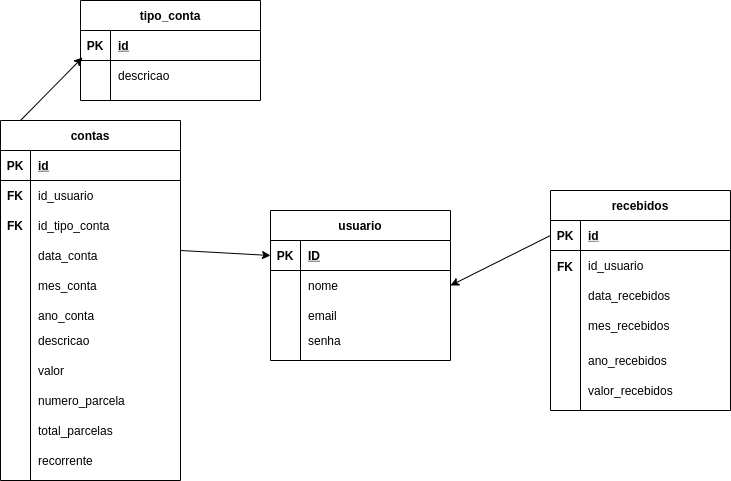
This is database/database.drawio.png from filipemot/sistema_controle_gastos_mensais, a draw.io export, as it was before one commit. Source tidied: cells renumbered, new cells last; positions are measured from the earlier drawing's top-left corner, leaving out a move shared by most shapes. Its diagram source:
```xml
<mxGraphModel>
  <root>
    <mxCell id="0" />
    <mxCell id="1" parent="0" />
    <mxCell id="2" value="usuario" style="shape=table;startSize=30;rowLines=0;fontStyle=1;align=center;" parent="1" vertex="1">
      <mxGeometry x="270" y="210" width="180" height="150" as="geometry" />
    </mxCell>
    <mxCell id="3" style="shape=partialRectangle;fillColor=none;top=0;left=0;bottom=1;right=0;points=[[0,0.5],[1,0.5]];portConstraint=eastwest;" parent="2" vertex="1">
      <mxGeometry y="30" width="180" height="30" as="geometry" />
    </mxCell>
    <mxCell id="4" value="PK" style="shape=partialRectangle;fillColor=none;top=0;left=0;bottom=0;right=0;fontStyle=1;overflow=hidden;" parent="3" vertex="1">
      <mxGeometry width="30" height="30" as="geometry" />
    </mxCell>
    <mxCell id="5" value="ID" style="shape=partialRectangle;fillColor=none;top=0;left=0;bottom=0;right=0;align=left;spacingLeft=6;fontStyle=5;overflow=hidden;" parent="3" vertex="1">
      <mxGeometry x="30" width="150" height="30" as="geometry" />
    </mxCell>
    <mxCell id="6" style="shape=partialRectangle;fillColor=none;top=0;left=0;bottom=0;right=0;points=[[0,0.5],[1,0.5]];portConstraint=eastwest;" parent="2" vertex="1">
      <mxGeometry y="60" width="180" height="30" as="geometry" />
    </mxCell>
    <mxCell id="7" style="shape=partialRectangle;fillColor=none;top=0;left=0;bottom=0;right=0;overflow=hidden;" parent="6" vertex="1">
      <mxGeometry width="30" height="30" as="geometry" />
    </mxCell>
    <mxCell id="8" value="nome" style="shape=partialRectangle;fillColor=none;top=0;left=0;bottom=0;right=0;align=left;spacingLeft=6;overflow=hidden;" parent="6" vertex="1">
      <mxGeometry x="30" width="150" height="30" as="geometry" />
    </mxCell>
    <mxCell id="9" style="shape=partialRectangle;fillColor=none;top=0;left=0;bottom=0;right=0;" parent="2" vertex="1">
      <mxGeometry y="90" width="180" height="30" as="geometry" />
    </mxCell>
    <mxCell id="10" style="shape=partialRectangle;fillColor=none;top=0;left=0;bottom=0;right=0;overflow=hidden;" parent="9" vertex="1">
      <mxGeometry width="30" height="30" as="geometry" />
    </mxCell>
    <mxCell id="11" value="email" style="shape=partialRectangle;fillColor=none;top=0;left=0;bottom=0;right=0;align=left;spacingLeft=6;overflow=hidden;" parent="9" vertex="1">
      <mxGeometry x="30" width="150" height="30" as="geometry" />
    </mxCell>
    <mxCell id="12" value="contas" style="shape=table;startSize=30;rowLines=0;fontStyle=1;align=center;" parent="1" vertex="1">
      <mxGeometry y="120" width="180" height="360" as="geometry" />
    </mxCell>
    <mxCell id="13" style="shape=partialRectangle;fillColor=none;top=0;left=0;bottom=1;right=0;" parent="12" vertex="1">
      <mxGeometry y="30" width="180" height="30" as="geometry" />
    </mxCell>
    <mxCell id="14" value="PK" style="shape=partialRectangle;fillColor=none;top=0;left=0;bottom=0;right=0;fontStyle=1;overflow=hidden;" parent="13" vertex="1">
      <mxGeometry width="30" height="30" as="geometry" />
    </mxCell>
    <mxCell id="15" value="id" style="shape=partialRectangle;fillColor=none;top=0;left=0;bottom=0;right=0;align=left;spacingLeft=6;fontStyle=5;overflow=hidden;" parent="13" vertex="1">
      <mxGeometry x="30" width="150" height="30" as="geometry" />
    </mxCell>
    <mxCell id="16" style="shape=partialRectangle;fillColor=none;top=0;left=0;bottom=0;right=0;" parent="12" vertex="1">
      <mxGeometry y="60" width="180" height="30" as="geometry" />
    </mxCell>
    <mxCell id="17" style="shape=partialRectangle;fillColor=none;top=0;left=0;bottom=0;right=0;overflow=hidden;" parent="16" vertex="1">
      <mxGeometry width="30" height="30" as="geometry" />
    </mxCell>
    <mxCell id="18" value="id_usuario" style="shape=partialRectangle;fillColor=none;top=0;left=0;bottom=0;right=0;align=left;spacingLeft=6;overflow=hidden;" parent="16" vertex="1">
      <mxGeometry x="30" width="150" height="30" as="geometry" />
    </mxCell>
    <mxCell id="19" style="shape=partialRectangle;fillColor=none;top=0;left=0;bottom=0;right=0;" parent="12" vertex="1">
      <mxGeometry y="90" width="180" height="30" as="geometry" />
    </mxCell>
    <mxCell id="20" style="shape=partialRectangle;fillColor=none;top=0;left=0;bottom=0;right=0;overflow=hidden;" parent="19" vertex="1">
      <mxGeometry width="30" height="30" as="geometry" />
    </mxCell>
    <mxCell id="21" value="id_tipo_conta" style="shape=partialRectangle;fillColor=none;top=0;left=0;bottom=0;right=0;align=left;spacingLeft=6;overflow=hidden;" parent="19" vertex="1">
      <mxGeometry x="30" width="150" height="30" as="geometry" />
    </mxCell>
    <mxCell id="22" style="shape=partialRectangle;fillColor=none;top=0;left=0;bottom=0;right=0;" parent="12" vertex="1">
      <mxGeometry y="120" width="180" height="30" as="geometry" />
    </mxCell>
    <mxCell id="23" style="shape=partialRectangle;fillColor=none;top=0;left=0;bottom=0;right=0;overflow=hidden;" parent="22" vertex="1">
      <mxGeometry width="30" height="30" as="geometry" />
    </mxCell>
    <mxCell id="24" style="shape=partialRectangle;fillColor=none;top=0;left=0;bottom=0;right=0;align=left;spacingLeft=6;overflow=hidden;" parent="22" vertex="1">
      <mxGeometry x="30" width="150" height="30" as="geometry" />
    </mxCell>
    <mxCell id="25" value="tipo_conta" style="shape=table;startSize=30;rowLines=0;fontStyle=1;align=center;" parent="1" vertex="1">
      <mxGeometry x="80" width="180" height="100" as="geometry" />
    </mxCell>
    <mxCell id="26" style="shape=partialRectangle;fillColor=none;top=0;left=0;bottom=1;right=0;" parent="25" vertex="1">
      <mxGeometry y="30" width="180" height="30" as="geometry" />
    </mxCell>
    <mxCell id="27" value="PK" style="shape=partialRectangle;fillColor=none;top=0;left=0;bottom=0;right=0;fontStyle=1;overflow=hidden;" parent="26" vertex="1">
      <mxGeometry width="30" height="30" as="geometry" />
    </mxCell>
    <mxCell id="28" value="id" style="shape=partialRectangle;fillColor=none;top=0;left=0;bottom=0;right=0;align=left;spacingLeft=6;fontStyle=5;overflow=hidden;" parent="26" vertex="1">
      <mxGeometry x="30" width="150" height="30" as="geometry" />
    </mxCell>
    <mxCell id="29" style="shape=partialRectangle;fillColor=none;top=0;left=0;bottom=0;right=0;points=[[0,0.5],[1,0.5]];portConstraint=eastwest;" parent="25" vertex="1">
      <mxGeometry y="60" width="180" height="30" as="geometry" />
    </mxCell>
    <mxCell id="30" style="shape=partialRectangle;fillColor=none;top=0;left=0;bottom=0;right=0;overflow=hidden;" parent="29" vertex="1">
      <mxGeometry width="30" height="30" as="geometry" />
    </mxCell>
    <mxCell id="31" value="descricao" style="shape=partialRectangle;fillColor=none;top=0;left=0;bottom=0;right=0;align=left;spacingLeft=6;overflow=hidden;" parent="29" vertex="1">
      <mxGeometry x="30" width="150" height="30" as="geometry" />
    </mxCell>
    <mxCell id="32" value="FK" style="shape=partialRectangle;fillColor=none;top=0;left=0;bottom=0;right=0;fontStyle=1;overflow=hidden;" parent="1" vertex="1">
      <mxGeometry y="180" width="30" height="30" as="geometry" />
    </mxCell>
    <mxCell id="33" value="FK" style="shape=partialRectangle;fillColor=none;top=0;left=0;bottom=0;right=0;fontStyle=1;overflow=hidden;" parent="1" vertex="1">
      <mxGeometry y="210" width="30" height="30" as="geometry" />
    </mxCell>
    <mxCell id="34" value="data_conta" style="shape=partialRectangle;fillColor=none;top=0;left=0;bottom=0;right=0;align=left;spacingLeft=6;overflow=hidden;" parent="1" vertex="1">
      <mxGeometry x="30" y="240" width="150" height="30" as="geometry" />
    </mxCell>
    <mxCell id="35" value="descricao" style="shape=partialRectangle;fillColor=none;top=0;left=0;bottom=0;right=0;align=left;spacingLeft=6;overflow=hidden;" parent="1" vertex="1">
      <mxGeometry x="30" y="325" width="150" height="30" as="geometry" />
    </mxCell>
    <mxCell id="36" value="valor" style="shape=partialRectangle;fillColor=none;top=0;left=0;bottom=0;right=0;align=left;spacingLeft=6;overflow=hidden;" parent="1" vertex="1">
      <mxGeometry x="30" y="355" width="150" height="30" as="geometry" />
    </mxCell>
    <mxCell id="37" value="numero_parcela" style="shape=partialRectangle;fillColor=none;top=0;left=0;bottom=0;right=0;align=left;spacingLeft=6;overflow=hidden;" parent="1" vertex="1">
      <mxGeometry x="30" y="385" width="150" height="30" as="geometry" />
    </mxCell>
    <mxCell id="38" value="total_parcelas" style="shape=partialRectangle;fillColor=none;top=0;left=0;bottom=0;right=0;align=left;spacingLeft=6;overflow=hidden;" parent="1" vertex="1">
      <mxGeometry x="30" y="415" width="150" height="30" as="geometry" />
    </mxCell>
    <mxCell id="39" value="recorrente" style="shape=partialRectangle;fillColor=none;top=0;left=0;bottom=0;right=0;align=left;spacingLeft=6;overflow=hidden;" parent="1" vertex="1">
      <mxGeometry x="30" y="445" width="150" height="30" as="geometry" />
    </mxCell>
    <mxCell id="40" style="endArrow=classic;html=1;rounded=0;entryX=0;entryY=0.5;entryDx=0;entryDy=0;" parent="1" edge="1" target="3">
      <mxGeometry relative="1" as="geometry">
        <mxPoint x="180" y="250" as="sourcePoint" />
      </mxGeometry>
    </mxCell>
    <mxCell id="41" value="recebidos" style="shape=table;startSize=30;rowLines=0;fontStyle=1;align=center;" parent="1" vertex="1">
      <mxGeometry x="550" y="190" width="180" height="220" as="geometry" />
    </mxCell>
    <mxCell id="42" style="shape=partialRectangle;fillColor=none;top=0;left=0;bottom=1;right=0;points=[[0,0.5],[1,0.5]];portConstraint=eastwest;" parent="41" vertex="1">
      <mxGeometry y="30" width="180" height="30" as="geometry" />
    </mxCell>
    <mxCell id="43" value="PK" style="shape=partialRectangle;fillColor=none;top=0;left=0;bottom=0;right=0;fontStyle=1;overflow=hidden;" parent="42" vertex="1">
      <mxGeometry width="30" height="30" as="geometry" />
    </mxCell>
    <mxCell id="44" value="id" style="shape=partialRectangle;fillColor=none;top=0;left=0;bottom=0;right=0;align=left;spacingLeft=6;fontStyle=5;overflow=hidden;" parent="42" vertex="1">
      <mxGeometry x="30" width="150" height="30" as="geometry" />
    </mxCell>
    <mxCell id="45" style="shape=partialRectangle;fillColor=none;top=0;left=0;bottom=0;right=0;" parent="41" vertex="1">
      <mxGeometry y="60" width="180" height="30" as="geometry" />
    </mxCell>
    <mxCell id="46" style="shape=partialRectangle;fillColor=none;top=0;left=0;bottom=0;right=0;overflow=hidden;" parent="45" vertex="1">
      <mxGeometry width="30" height="30" as="geometry" />
    </mxCell>
    <mxCell id="47" value="id_usuario" style="shape=partialRectangle;fillColor=none;top=0;left=0;bottom=0;right=0;align=left;spacingLeft=6;overflow=hidden;" parent="45" vertex="1">
      <mxGeometry x="30" width="150" height="30" as="geometry" />
    </mxCell>
    <mxCell id="48" style="shape=partialRectangle;fillColor=none;top=0;left=0;bottom=0;right=0;" parent="41" vertex="1">
      <mxGeometry y="90" width="180" height="30" as="geometry" />
    </mxCell>
    <mxCell id="49" style="shape=partialRectangle;fillColor=none;top=0;left=0;bottom=0;right=0;overflow=hidden;" parent="48" vertex="1">
      <mxGeometry width="30" height="30" as="geometry" />
    </mxCell>
    <mxCell id="50" value="data_recebidos" style="shape=partialRectangle;fillColor=none;top=0;left=0;bottom=0;right=0;align=left;spacingLeft=6;overflow=hidden;" parent="48" vertex="1">
      <mxGeometry x="30" width="150" height="30" as="geometry" />
    </mxCell>
    <mxCell id="51" style="shape=partialRectangle;fillColor=none;top=0;left=0;bottom=0;right=0;" parent="41" vertex="1">
      <mxGeometry y="120" width="180" height="30" as="geometry" />
    </mxCell>
    <mxCell id="52" style="shape=partialRectangle;fillColor=none;top=0;left=0;bottom=0;right=0;overflow=hidden;" parent="51" vertex="1">
      <mxGeometry width="30" height="30" as="geometry" />
    </mxCell>
    <mxCell id="53" value="mes_recebidos" style="shape=partialRectangle;fillColor=none;top=0;left=0;bottom=0;right=0;align=left;spacingLeft=6;overflow=hidden;" parent="51" vertex="1">
      <mxGeometry x="30" width="150" height="30" as="geometry" />
    </mxCell>
    <mxCell id="54" style="endArrow=classic;html=1;rounded=0;entryX=0.011;entryY=-0.1;entryDx=0;entryDy=0;entryPerimeter=0;" parent="1" edge="1" target="29">
      <mxGeometry relative="1" as="geometry">
        <mxPoint x="20" y="120" as="sourcePoint" />
      </mxGeometry>
    </mxCell>
    <mxCell id="55" value="FK" style="shape=partialRectangle;fillColor=none;top=0;left=0;bottom=0;right=0;fontStyle=1;overflow=hidden;" parent="1" vertex="1">
      <mxGeometry x="550" y="251" width="30" height="30" as="geometry" />
    </mxCell>
    <mxCell id="56" value="mes_conta" style="shape=partialRectangle;fillColor=none;top=0;left=0;bottom=0;right=0;align=left;spacingLeft=6;overflow=hidden;" parent="1" vertex="1">
      <mxGeometry x="30" y="270" width="150" height="30" as="geometry" />
    </mxCell>
    <mxCell id="57" value="ano_conta" style="shape=partialRectangle;fillColor=none;top=0;left=0;bottom=0;right=0;align=left;spacingLeft=6;overflow=hidden;" parent="1" vertex="1">
      <mxGeometry x="30" y="300" width="150" height="30" as="geometry" />
    </mxCell>
    <mxCell id="58" value="ano_recebidos" style="shape=partialRectangle;fillColor=none;top=0;left=0;bottom=0;right=0;align=left;spacingLeft=6;overflow=hidden;" parent="1" vertex="1">
      <mxGeometry x="580" y="345" width="150" height="30" as="geometry" />
    </mxCell>
    <mxCell id="59" value="valor_recebidos" style="shape=partialRectangle;fillColor=none;top=0;left=0;bottom=0;right=0;align=left;spacingLeft=6;overflow=hidden;" parent="1" vertex="1">
      <mxGeometry x="580" y="375" width="150" height="30" as="geometry" />
    </mxCell>
    <mxCell id="60" style="endArrow=classic;html=1;rounded=0;entryX=1;entryY=0.5;entryDx=0;entryDy=0;exitX=0;exitY=0.5;exitDx=0;exitDy=0;" parent="1" edge="1" source="42" target="6">
      <mxGeometry relative="1" as="geometry" />
    </mxCell>
    <mxCell id="61" value="senha" style="shape=partialRectangle;fillColor=none;top=0;left=0;bottom=0;right=0;align=left;spacingLeft=6;overflow=hidden;" parent="1" vertex="1">
      <mxGeometry x="300" y="325" width="150" height="30" as="geometry" />
    </mxCell>
  </root>
</mxGraphModel>
```
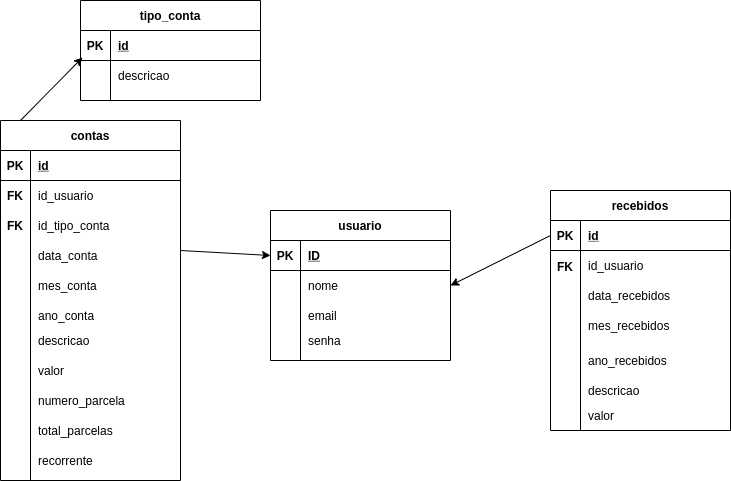
After the commit.

Diff of the diagram source:
```diff
@@ -122,7 +122,7 @@
       </mxGeometry>
     </mxCell>
     <mxCell id="41" value="recebidos" style="shape=table;startSize=30;rowLines=0;fontStyle=1;align=center;" parent="1" vertex="1">
-      <mxGeometry x="550" y="190" width="180" height="220" as="geometry" />
+      <mxGeometry x="550" y="190" width="180" height="240" as="geometry" />
     </mxCell>
     <mxCell id="42" style="shape=partialRectangle;fillColor=none;top=0;left=0;bottom=1;right=0;points=[[0,0.5],[1,0.5]];portConstraint=eastwest;" parent="41" vertex="1">
       <mxGeometry y="30" width="180" height="30" as="geometry" />
@@ -177,7 +177,7 @@
     <mxCell id="58" value="ano_recebidos" style="shape=partialRectangle;fillColor=none;top=0;left=0;bottom=0;right=0;align=left;spacingLeft=6;overflow=hidden;" parent="1" vertex="1">
       <mxGeometry x="580" y="345" width="150" height="30" as="geometry" />
     </mxCell>
-    <mxCell id="59" value="valor_recebidos" style="shape=partialRectangle;fillColor=none;top=0;left=0;bottom=0;right=0;align=left;spacingLeft=6;overflow=hidden;" parent="1" vertex="1">
+    <mxCell id="59" value="descricao" style="shape=partialRectangle;fillColor=none;top=0;left=0;bottom=0;right=0;align=left;spacingLeft=6;overflow=hidden;" parent="1" vertex="1">
       <mxGeometry x="580" y="375" width="150" height="30" as="geometry" />
     </mxCell>
     <mxCell id="60" style="endArrow=classic;html=1;rounded=0;entryX=1;entryY=0.5;entryDx=0;entryDy=0;exitX=0;exitY=0.5;exitDx=0;exitDy=0;" parent="1" edge="1" source="42" target="6">
@@ -186,5 +186,8 @@
     <mxCell id="61" value="senha" style="shape=partialRectangle;fillColor=none;top=0;left=0;bottom=0;right=0;align=left;spacingLeft=6;overflow=hidden;" parent="1" vertex="1">
       <mxGeometry x="300" y="325" width="150" height="30" as="geometry" />
     </mxCell>
+    <mxCell id="62" value="valor" style="shape=partialRectangle;fillColor=none;top=0;left=0;bottom=0;right=0;align=left;spacingLeft=6;overflow=hidden;" parent="1" vertex="1">
+      <mxGeometry x="580" y="400" width="150" height="30" as="geometry" />
+    </mxCell>
   </root>
 </mxGraphModel>
```
